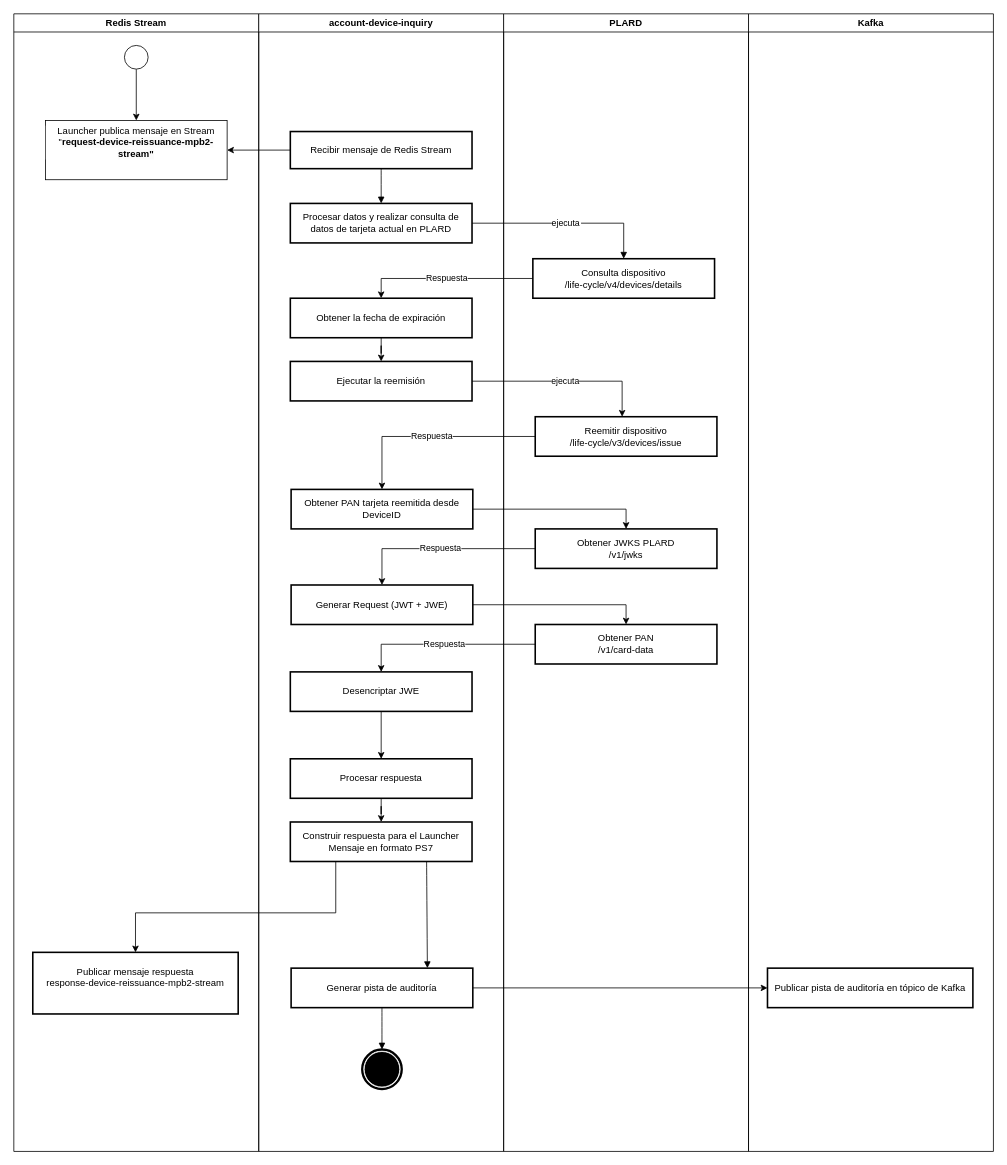
Earlier version of the draw.io diagram page "Flujo MPB2 MQ" (4 of 4) of UML M7 71 SD_PLARD_device-reissuancev1.0.drawio (chisvmen/BA_projects). Source tidied: cells renumbered, new cells numbered last; positions are measured from the earlier drawing's top-left corner, leaving out a move shared by most shapes. Both pictures are drawn from the tidied source at 79%, with x=0, y=0 at pixel (13, 13).
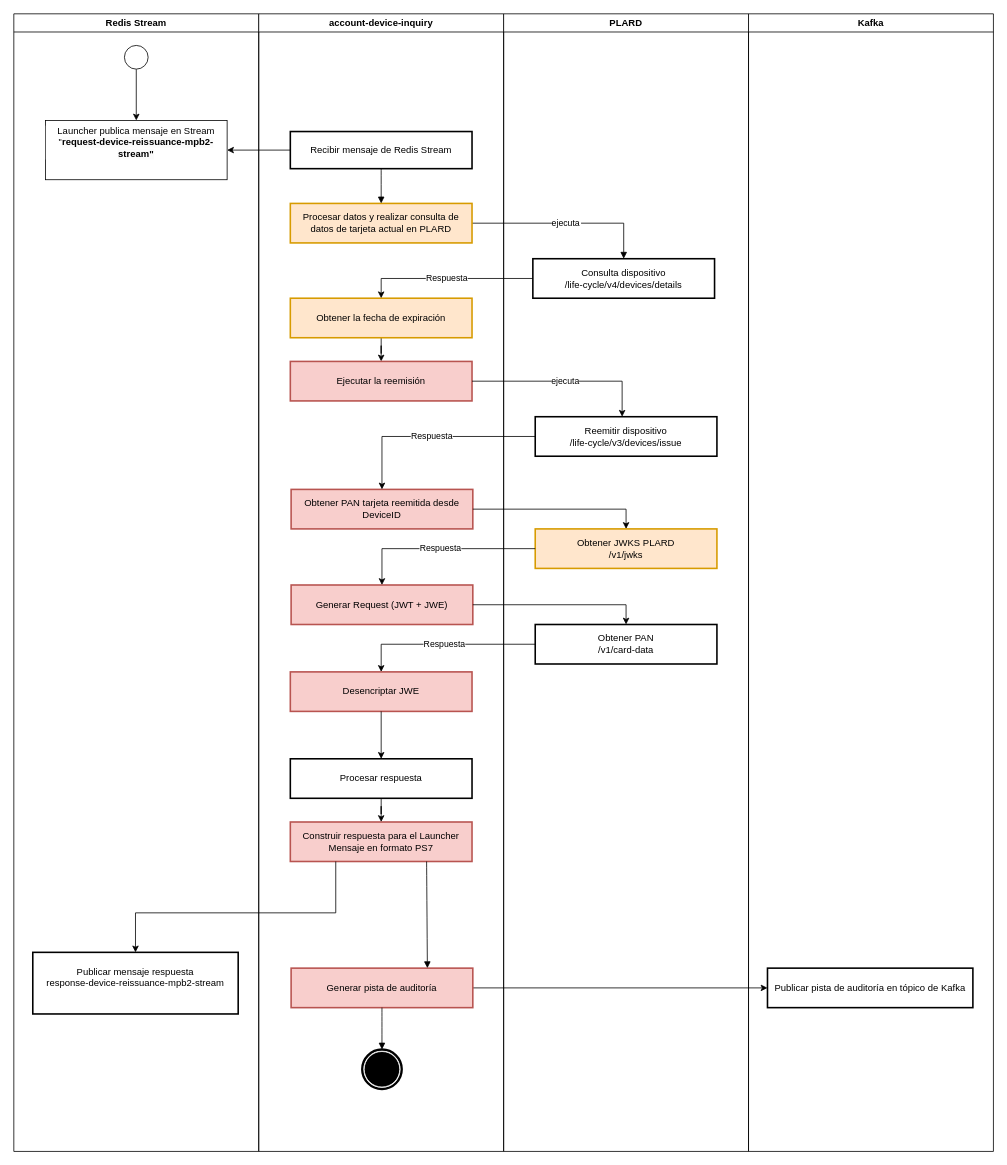
Above is the later version.

The change refers to these unchanged cells:
```xml
<mxCell id="9" value="&lt;b&gt;account-device-inquiry&lt;/b&gt;" style="swimlane;whiteSpace=wrap;html=1;" parent="1" vertex="1">
  <mxGeometry x="310" width="310" height="1440" as="geometry" />
</mxCell>
<mxCell id="28" value="PLARD" style="swimlane;whiteSpace=wrap;html=1;" parent="1" vertex="1">
  <mxGeometry x="620" width="310" height="1440" as="geometry" />
</mxCell>
```

Change to the diagram source:
```diff
@@
-    <mxCell id="11" value="Procesar datos y realizar consulta de datos de tarjeta actual en PLARD" style="whiteSpace=wrap;strokeWidth=2;" parent="9" vertex="1">
+    <mxCell id="11" value="Procesar datos y realizar consulta de datos de tarjeta actual en PLARD" style="whiteSpace=wrap;strokeWidth=2;fillColor=#ffe6cc;strokeColor=#d79b00;" parent="9" vertex="1">
       <mxGeometry x="40" y="240" width="230" height="50" as="geometry" />
     </mxCell>
@@
-    <mxCell id="13" value="Obtener PAN tarjeta reemitida desde DeviceID" style="whiteSpace=wrap;strokeWidth=2;" parent="9" vertex="1">
+    <mxCell id="13" value="Obtener PAN tarjeta reemitida desde DeviceID" style="whiteSpace=wrap;strokeWidth=2;fillColor=#f8cecc;strokeColor=#b85450;" parent="9" vertex="1">
       <mxGeometry x="41" y="602" width="230" height="50" as="geometry" />
     </mxCell>
-    <mxCell id="14" value="Generar Request (JWT + JWE)" style="whiteSpace=wrap;strokeWidth=2;" parent="9" vertex="1">
+    <mxCell id="14" value="Generar Request (JWT + JWE)" style="whiteSpace=wrap;strokeWidth=2;fillColor=#f8cecc;strokeColor=#b85450;" parent="9" vertex="1">
       <mxGeometry x="41" y="723" width="230" height="50" as="geometry" />
     </mxCell>
-    <mxCell id="15" value="Desencriptar JWE" style="whiteSpace=wrap;strokeWidth=2;" parent="9" vertex="1">
+    <mxCell id="15" value="Desencriptar JWE" style="whiteSpace=wrap;strokeWidth=2;fillColor=#f8cecc;strokeColor=#b85450;" parent="9" vertex="1">
       <mxGeometry x="40" y="833" width="230" height="50" as="geometry" />
     </mxCell>
@@
-    <mxCell id="17" value="Obtener la fecha de expiración" style="whiteSpace=wrap;strokeWidth=2;" parent="9" vertex="1">
+    <mxCell id="17" value="Obtener la fecha de expiración" style="whiteSpace=wrap;strokeWidth=2;fillColor=#ffe6cc;strokeColor=#d79b00;" parent="9" vertex="1">
       <mxGeometry x="40" y="360" width="230" height="50" as="geometry" />
     </mxCell>
@@
-    <mxCell id="19" value="Construir respuesta para el Launcher&#10;Mensaje en formato PS7" style="whiteSpace=wrap;strokeWidth=2;" parent="9" vertex="1">
+    <mxCell id="19" value="Construir respuesta para el Launcher&#10;Mensaje en formato PS7" style="whiteSpace=wrap;strokeWidth=2;fillColor=#f8cecc;strokeColor=#b85450;" parent="9" vertex="1">
       <mxGeometry x="40" y="1023" width="230" height="50" as="geometry" />
     </mxCell>
@@
-    <mxCell id="24" value="Generar pista de auditoría" style="whiteSpace=wrap;strokeWidth=2;" parent="9" vertex="1">
+    <mxCell id="24" value="Generar pista de auditoría" style="whiteSpace=wrap;strokeWidth=2;fillColor=#f8cecc;strokeColor=#b85450;" parent="9" vertex="1">
       <mxGeometry x="41" y="1208" width="230" height="50" as="geometry" />
     </mxCell>
@@
-    <mxCell id="27" value="Ejecutar la reemisión" style="whiteSpace=wrap;strokeWidth=2;" parent="9" vertex="1">
+    <mxCell id="27" value="Ejecutar la reemisión" style="whiteSpace=wrap;strokeWidth=2;fillColor=#f8cecc;strokeColor=#b85450;" parent="9" vertex="1">
       <mxGeometry x="40" y="440" width="230" height="50" as="geometry" />
     </mxCell>
@@
-    <mxCell id="30" value="Obtener JWKS PLARD&#10;/v1/jwks" style="whiteSpace=wrap;strokeWidth=2;" parent="28" vertex="1">
+    <mxCell id="30" value="Obtener JWKS PLARD&#10;/v1/jwks" style="whiteSpace=wrap;strokeWidth=2;fillColor=#ffe6cc;strokeColor=#d79b00;" parent="28" vertex="1">
       <mxGeometry x="40" y="652" width="230" height="50" as="geometry" />
     </mxCell>
```
